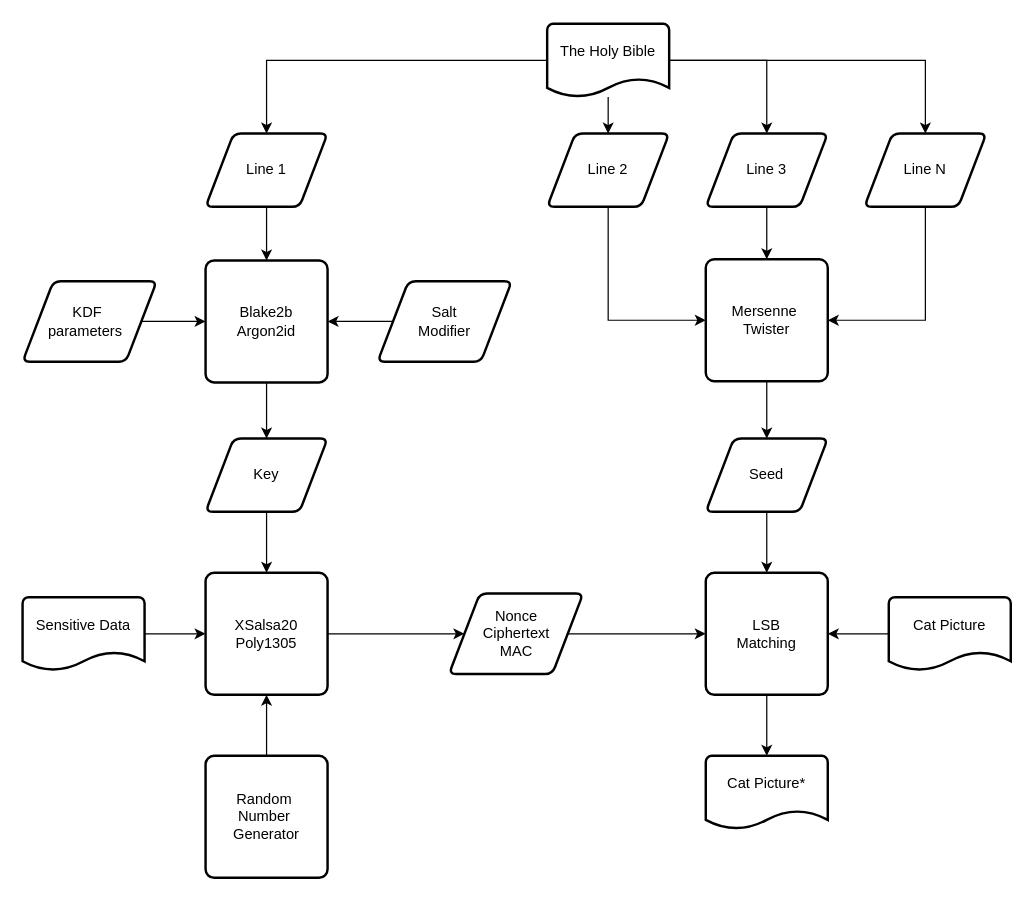
Before: diagram/soda.drawio in theosaveliev/rtty-soda, a draw.io diagram. Source tidied: cells renumbered, new cells numbered last; positions are measured from the earlier drawing's top-left corner, leaving out a move shared by most shapes. Both pictures are drawn from the tidied source at 122%, with x=0, y=0 at pixel (22, 23).
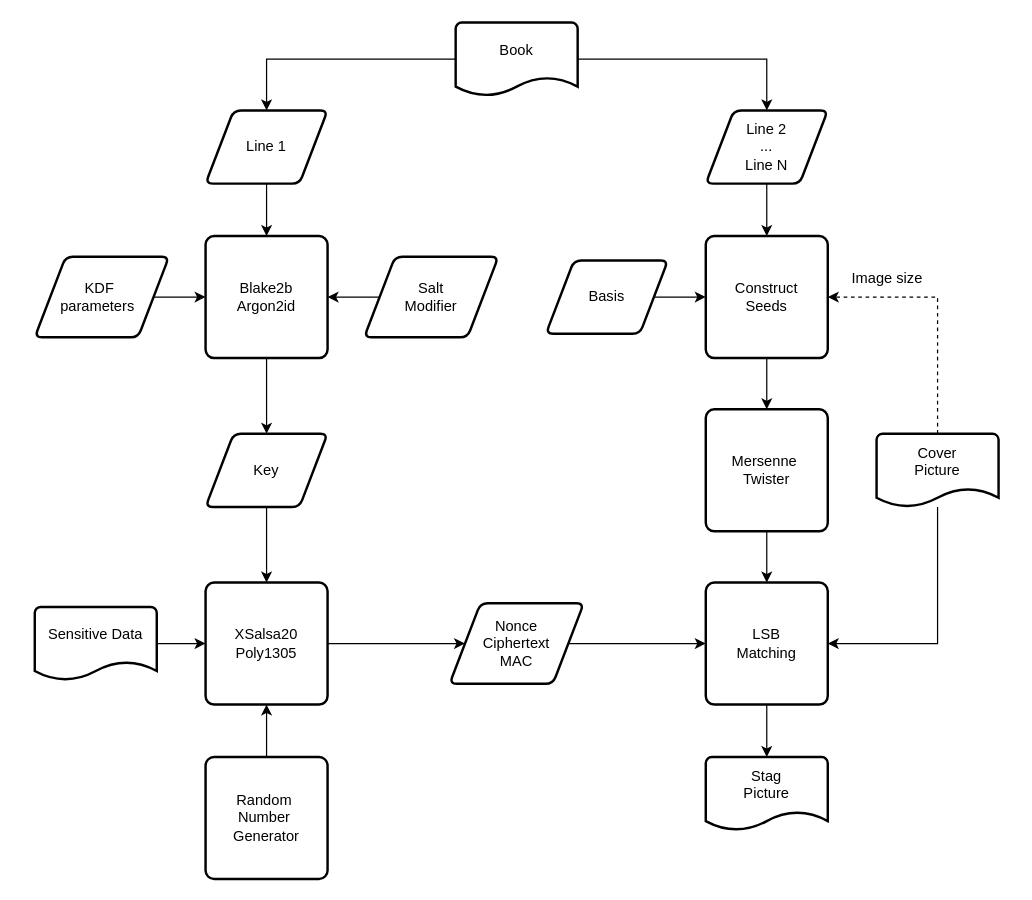
The same diagram, later.

Commit message (it also covers changes not shown here):
Flow diagram updated

What changed in the source:
```diff
@@
-    <mxCell id="3" style="edgeStyle=orthogonalEdgeStyle;rounded=0;jettySize=auto;html=1;entryX=0.5;entryY=0;entryDx=0;entryDy=0;" parent="1" edge="1" source="6" target="10">
-      <mxGeometry relative="1" as="geometry" />
-    </mxCell>
@@
-    <mxCell id="5" style="edgeStyle=orthogonalEdgeStyle;rounded=0;jettySize=auto;html=1;entryX=0.5;entryY=0;entryDx=0;entryDy=0;" parent="1" edge="1" source="6" target="14">
-      <mxGeometry relative="1" as="geometry" />
-    </mxCell>
-    <mxCell id="6" value="The Holy Bible&lt;div&gt;&lt;br&gt;&lt;/div&gt;" style="strokeWidth=2;html=1;shape=mxgraph.flowchart.document2;whiteSpace=wrap;size=0.25;" parent="1" vertex="1">
-      <mxGeometry x="430" width="100" height="60" as="geometry" />
+    <mxCell id="6" value="&lt;div&gt;Book&lt;/div&gt;&lt;div&gt;&lt;br&gt;&lt;/div&gt;" style="strokeWidth=2;html=1;shape=mxgraph.flowchart.document2;whiteSpace=wrap;size=0.25;" parent="1" vertex="1">
+      <mxGeometry x="355" y="-1" width="100" height="60" as="geometry" />
     </mxCell>
@@
     <mxCell id="8" value="Line 1" style="shape=parallelogram;html=1;strokeWidth=2;perimeter=parallelogramPerimeter;whiteSpace=wrap;rounded=1;arcSize=12;size=0.23;" parent="1" vertex="1">
-      <mxGeometry x="150" y="90" width="100" height="60" as="geometry" />
+      <mxGeometry x="150" y="71" width="100" height="60" as="geometry" />
     </mxCell>
-    <mxCell id="9" style="edgeStyle=orthogonalEdgeStyle;rounded=0;jettySize=auto;html=1;entryX=0;entryY=0.5;entryDx=0;entryDy=0;exitX=0.5;exitY=1;exitDx=0;exitDy=0;" parent="1" edge="1" source="10" target="27">
-      <mxGeometry relative="1" as="geometry">
-        <Array as="points">
-          <mxPoint x="480" y="243" />
-        </Array>
-      </mxGeometry>
-    </mxCell>
-    <mxCell id="10" value="Line 2" style="shape=parallelogram;html=1;strokeWidth=2;perimeter=parallelogramPerimeter;whiteSpace=wrap;rounded=1;arcSize=12;size=0.23;" parent="1" vertex="1">
-      <mxGeometry x="430" y="90" width="100" height="60" as="geometry" />
-    </mxCell>
-    <mxCell id="11" style="edgeStyle=orthogonalEdgeStyle;rounded=0;jettySize=auto;html=1;entryX=0.5;entryY=0;entryDx=0;entryDy=0;" parent="1" edge="1" source="12" target="27">
-      <mxGeometry relative="1" as="geometry" />
-    </mxCell>
+    <mxCell id="40" style="edgeStyle=orthogonalEdgeStyle;rounded=0;jettySize=auto;html=1;entryX=0.5;entryY=0;entryDx=0;entryDy=0;" parent="1" edge="1" source="12" target="46">
+      <mxGeometry relative="1" as="geometry" />
+    </mxCell>
-    <mxCell id="12" value="Line 3" style="shape=parallelogram;html=1;strokeWidth=2;perimeter=parallelogramPerimeter;whiteSpace=wrap;rounded=1;arcSize=12;size=0.23;" parent="1" vertex="1">
-      <mxGeometry x="560" y="90" width="100" height="60" as="geometry" />
+    <mxCell id="12" value="Line 2&lt;div&gt;...&lt;/div&gt;&lt;div&gt;Line N&lt;/div&gt;" style="shape=parallelogram;html=1;strokeWidth=2;perimeter=parallelogramPerimeter;whiteSpace=wrap;rounded=1;arcSize=12;size=0.23;" parent="1" vertex="1">
+      <mxGeometry x="560" y="71" width="100" height="60" as="geometry" />
     </mxCell>
-    <mxCell id="13" style="edgeStyle=orthogonalEdgeStyle;rounded=0;jettySize=auto;html=1;entryX=1;entryY=0.5;entryDx=0;entryDy=0;exitX=0.5;exitY=1;exitDx=0;exitDy=0;" parent="1" edge="1" source="14" target="27">
-      <mxGeometry relative="1" as="geometry">
-        <Array as="points">
-          <mxPoint x="740" y="243" />
-        </Array>
-      </mxGeometry>
-    </mxCell>
+    <mxCell id="41" style="edgeStyle=orthogonalEdgeStyle;rounded=0;jettySize=auto;html=1;entryX=0;entryY=0.5;entryDx=0;entryDy=0;" parent="1" edge="1" source="14" target="46">
+      <mxGeometry relative="1" as="geometry" />
+    </mxCell>
-    <mxCell id="14" value="Line N" style="shape=parallelogram;html=1;strokeWidth=2;perimeter=parallelogramPerimeter;whiteSpace=wrap;rounded=1;arcSize=12;size=0.23;" parent="1" vertex="1">
-      <mxGeometry x="690" y="90" width="100" height="60" as="geometry" />
+    <mxCell id="14" value="Basis" style="shape=parallelogram;html=1;strokeWidth=2;perimeter=parallelogramPerimeter;whiteSpace=wrap;rounded=1;arcSize=12;size=0.23;" parent="1" vertex="1">
+      <mxGeometry x="429" y="194" width="100" height="60" as="geometry" />
     </mxCell>
@@
     <mxCell id="17" value="&lt;div&gt;Blake2b&lt;/div&gt;Argon2id" style="rounded=1;whiteSpace=wrap;html=1;absoluteArcSize=1;arcSize=14;strokeWidth=2;" parent="1" vertex="1">
-      <mxGeometry x="150" y="194" width="100" height="100" as="geometry" />
+      <mxGeometry x="150" y="174" width="100" height="100" as="geometry" />
     </mxCell>
@@
     <mxCell id="19" value="KDF&amp;nbsp;&lt;div&gt;parameters&amp;nbsp;&amp;nbsp;&lt;/div&gt;" style="shape=parallelogram;html=1;strokeWidth=2;perimeter=parallelogramPerimeter;whiteSpace=wrap;rounded=1;arcSize=12;size=0.23;" parent="1" vertex="1">
-      <mxGeometry y="211" width="110" height="66" as="geometry" />
+      <mxGeometry x="10" y="191" width="110" height="66" as="geometry" />
     </mxCell>
@@
     <mxCell id="21" value="Key" style="shape=parallelogram;html=1;strokeWidth=2;perimeter=parallelogramPerimeter;whiteSpace=wrap;rounded=1;arcSize=12;size=0.23;" parent="1" vertex="1">
-      <mxGeometry x="150" y="340" width="100" height="60" as="geometry" />
+      <mxGeometry x="150" y="336" width="100" height="60" as="geometry" />
     </mxCell>
@@
     <mxCell id="23" value="Sensitive Data&lt;div&gt;&lt;br&gt;&lt;/div&gt;" style="strokeWidth=2;html=1;shape=mxgraph.flowchart.document2;whiteSpace=wrap;size=0.25;" parent="1" vertex="1">
-      <mxGeometry y="470" width="100" height="60" as="geometry" />
+      <mxGeometry x="10" y="478" width="100" height="60" as="geometry" />
     </mxCell>
@@
     <mxCell id="25" value="XSalsa20&lt;div&gt;Poly1305&lt;/div&gt;" style="rounded=1;whiteSpace=wrap;html=1;absoluteArcSize=1;arcSize=14;strokeWidth=2;" parent="1" vertex="1">
-      <mxGeometry x="150" y="450" width="100" height="100" as="geometry" />
+      <mxGeometry x="150" y="458" width="100" height="100" as="geometry" />
     </mxCell>
-    <mxCell id="26" style="edgeStyle=orthogonalEdgeStyle;rounded=0;jettySize=auto;html=1;entryX=0.5;entryY=0;entryDx=0;entryDy=0;" parent="1" edge="1" source="27" target="29">
-      <mxGeometry relative="1" as="geometry" />
-    </mxCell>
+    <mxCell id="42" style="edgeStyle=orthogonalEdgeStyle;rounded=0;jettySize=auto;html=1;entryX=0.5;entryY=0;entryDx=0;entryDy=0;" parent="1" edge="1" source="27" target="33">
+      <mxGeometry relative="1" as="geometry" />
+    </mxCell>
     <mxCell id="27" value="Mersenne&amp;nbsp;&lt;div&gt;Twister&lt;/div&gt;" style="rounded=1;whiteSpace=wrap;html=1;absoluteArcSize=1;arcSize=14;strokeWidth=2;" parent="1" vertex="1">
-      <mxGeometry x="560" y="193" width="100" height="100" as="geometry" />
+      <mxGeometry x="560" y="316" width="100" height="100" as="geometry" />
     </mxCell>
-    <mxCell id="28" style="edgeStyle=orthogonalEdgeStyle;rounded=0;jettySize=auto;html=1;entryX=0.5;entryY=0;entryDx=0;entryDy=0;" parent="1" edge="1" source="29" target="33">
-      <mxGeometry relative="1" as="geometry" />
-    </mxCell>
-    <mxCell id="29" value="Seed" style="shape=parallelogram;html=1;strokeWidth=2;perimeter=parallelogramPerimeter;whiteSpace=wrap;rounded=1;arcSize=12;size=0.23;" parent="1" vertex="1">
-      <mxGeometry x="560" y="340" width="100" height="60" as="geometry" />
-    </mxCell>
@@
+    <mxCell id="43" style="edgeStyle=orthogonalEdgeStyle;rounded=0;jettySize=auto;html=1;entryX=1;entryY=0.5;entryDx=0;entryDy=0;dashed=1;exitX=0.5;exitY=0;exitDx=0;exitDy=0;exitPerimeter=0;" parent="1" edge="1" source="32" target="46">
+      <mxGeometry relative="1" as="geometry">
+        <Array as="points">
+          <mxPoint x="750" y="224" />
+        </Array>
+      </mxGeometry>
+    </mxCell>
-    <mxCell id="31" style="edgeStyle=orthogonalEdgeStyle;rounded=0;jettySize=auto;html=1;entryX=1;entryY=0.5;entryDx=0;entryDy=0;" parent="1" edge="1" source="32" target="33">
+    <mxCell id="31" style="edgeStyle=orthogonalEdgeStyle;rounded=0;jettySize=auto;html=1;entryX=1;entryY=0.5;entryDx=0;entryDy=0;exitX=0.5;exitY=1;exitDx=0;exitDy=0;exitPerimeter=0;" parent="1" edge="1" source="32" target="33">
       <mxGeometry relative="1" as="geometry" />
     </mxCell>
-    <mxCell id="32" value="Cat Picture&lt;div&gt;&lt;br&gt;&lt;/div&gt;" style="strokeWidth=2;html=1;shape=mxgraph.flowchart.document2;whiteSpace=wrap;size=0.25;" parent="1" vertex="1">
-      <mxGeometry x="710" y="470" width="100" height="60" as="geometry" />
+    <mxCell id="32" value="Cover&lt;div&gt;Picture&lt;/div&gt;&lt;div&gt;&lt;br&gt;&lt;/div&gt;" style="strokeWidth=2;html=1;shape=mxgraph.flowchart.document2;whiteSpace=wrap;size=0.25;" parent="1" vertex="1">
+      <mxGeometry x="700" y="336" width="100" height="60" as="geometry" />
     </mxCell>
     <mxCell id="33" value="LSB&lt;div&gt;Matching&lt;/div&gt;" style="rounded=1;whiteSpace=wrap;html=1;absoluteArcSize=1;arcSize=14;strokeWidth=2;" parent="1" vertex="1">
-      <mxGeometry x="560" y="450" width="100" height="100" as="geometry" />
+      <mxGeometry x="560" y="458" width="100" height="100" as="geometry" />
     </mxCell>
-    <mxCell id="34" value="Cat Picture*&lt;div&gt;&lt;br&gt;&lt;/div&gt;" style="strokeWidth=2;html=1;shape=mxgraph.flowchart.document2;whiteSpace=wrap;size=0.25;" parent="1" vertex="1">
-      <mxGeometry x="560" y="600" width="100" height="60" as="geometry" />
+    <mxCell id="34" value="Stag&lt;div&gt;Picture&lt;/div&gt;&lt;div&gt;&lt;br&gt;&lt;/div&gt;" style="strokeWidth=2;html=1;shape=mxgraph.flowchart.document2;whiteSpace=wrap;size=0.25;" parent="1" vertex="1">
+      <mxGeometry x="560" y="601" width="100" height="60" as="geometry" />
     </mxCell>
@@
     <mxCell id="37" value="Random&amp;nbsp;&lt;div&gt;Number&amp;nbsp;&lt;/div&gt;&lt;div&gt;Generator&lt;/div&gt;" style="rounded=1;whiteSpace=wrap;html=1;absoluteArcSize=1;arcSize=14;strokeWidth=2;" parent="1" vertex="1">
-      <mxGeometry x="150" y="600" width="100" height="100" as="geometry" />
+      <mxGeometry x="150" y="601" width="100" height="100" as="geometry" />
     </mxCell>
     <mxCell id="38" value="Salt&lt;br&gt;Modifier" style="shape=parallelogram;html=1;strokeWidth=2;perimeter=parallelogramPerimeter;whiteSpace=wrap;rounded=1;arcSize=12;size=0.23;" parent="1" vertex="1">
-      <mxGeometry x="291" y="211" width="110" height="66" as="geometry" />
+      <mxGeometry x="280" y="191" width="110" height="66" as="geometry" />
     </mxCell>
     <mxCell id="39" value="&lt;div&gt;Nonce&lt;br&gt;Ciphertext&lt;br&gt;&lt;/div&gt;&lt;div&gt;MAC&lt;br&gt;&lt;/div&gt;" style="shape=parallelogram;html=1;strokeWidth=2;perimeter=parallelogramPerimeter;whiteSpace=wrap;rounded=1;arcSize=12;size=0.23;" parent="1" vertex="1">
-      <mxGeometry x="349.5" y="467" width="110" height="66" as="geometry" />
+      <mxGeometry x="350" y="475" width="110" height="66" as="geometry" />
     </mxCell>
+    <mxCell id="44" value="Image size" style="text;html=1;whiteSpace=wrap;strokeColor=none;fillColor=none;align=center;verticalAlign=middle;rounded=0;" parent="1" vertex="1">
+      <mxGeometry x="674" y="194" width="70" height="30" as="geometry" />
+    </mxCell>
+    <mxCell id="45" style="edgeStyle=orthogonalEdgeStyle;rounded=0;jettySize=auto;html=1;entryX=0.5;entryY=0;entryDx=0;entryDy=0;" parent="1" edge="1" source="46" target="27">
+      <mxGeometry relative="1" as="geometry" />
+    </mxCell>
+    <mxCell id="46" value="&lt;div&gt;Construct&lt;/div&gt;&lt;div&gt;Seeds&lt;/div&gt;" style="rounded=1;whiteSpace=wrap;html=1;absoluteArcSize=1;arcSize=14;strokeWidth=2;" parent="1" vertex="1">
+      <mxGeometry x="560" y="174" width="100" height="100" as="geometry" />
+    </mxCell>
```
